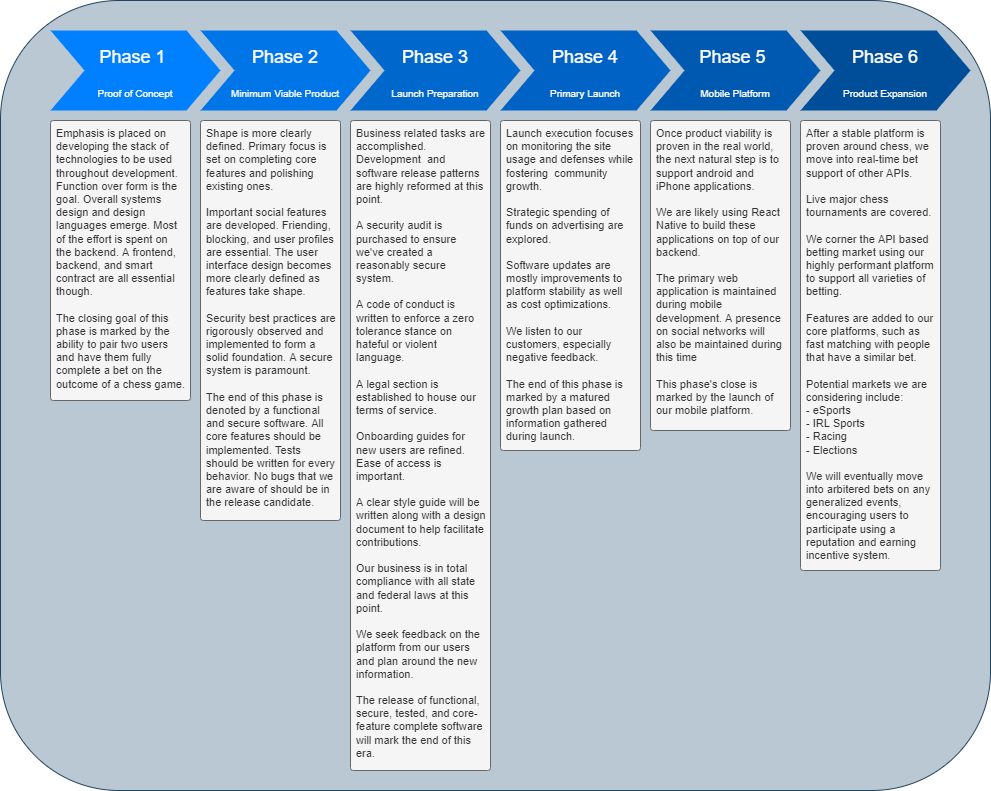
geektechniquestudios/ChessWager keeps this draw.io diagram as readme-assets/roadmap.png. Above is the earlier version. Source tidied: cells renumbered, new cells last; positions are measured from the earlier drawing's top-left corner, leaving out a move shared by most shapes.
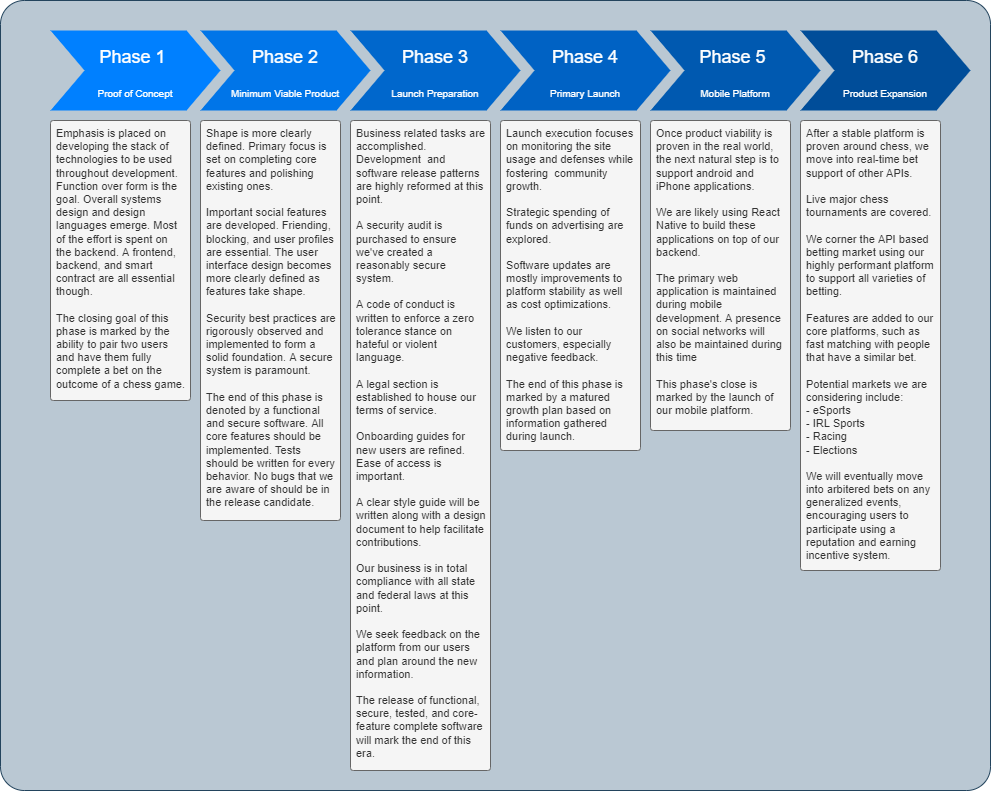
Above is the later version.

Diff of the diagram source:
```diff
@@ -2,7 +2,7 @@
   <root>
     <mxCell id="0" />
     <mxCell id="1" parent="0" />
-    <mxCell id="2" style="rounded=1;whiteSpace=wrap;html=1;fillColor=#bac8d3;strokeColor=#23445d;" parent="1" vertex="1">
+    <mxCell id="2" style="rounded=1;whiteSpace=wrap;html=1;fillColor=#bac8d3;strokeColor=#23445d;arcSize=3;" parent="1" vertex="1">
       <mxGeometry width="990" height="790" as="geometry" />
     </mxCell>
     <mxCell id="3" value="&lt;font style=&quot;&quot;&gt;&lt;span style=&quot;font-size: 18px;&quot;&gt;Phase 1 &lt;/span&gt;&lt;br&gt;&lt;font style=&quot;&quot;&gt;&lt;font style=&quot;vertical-align: inherit; font-size: 10px;&quot;&gt;Proof of Concept&lt;/font&gt;&lt;/font&gt;&lt;br&gt;&lt;/font&gt;" style="shape=step;whiteSpace=wrap;html=1;fontSize=28;fillColor=#0080FF;fontColor=#FFFFFF;strokeColor=none;" parent="1" vertex="1">
```
